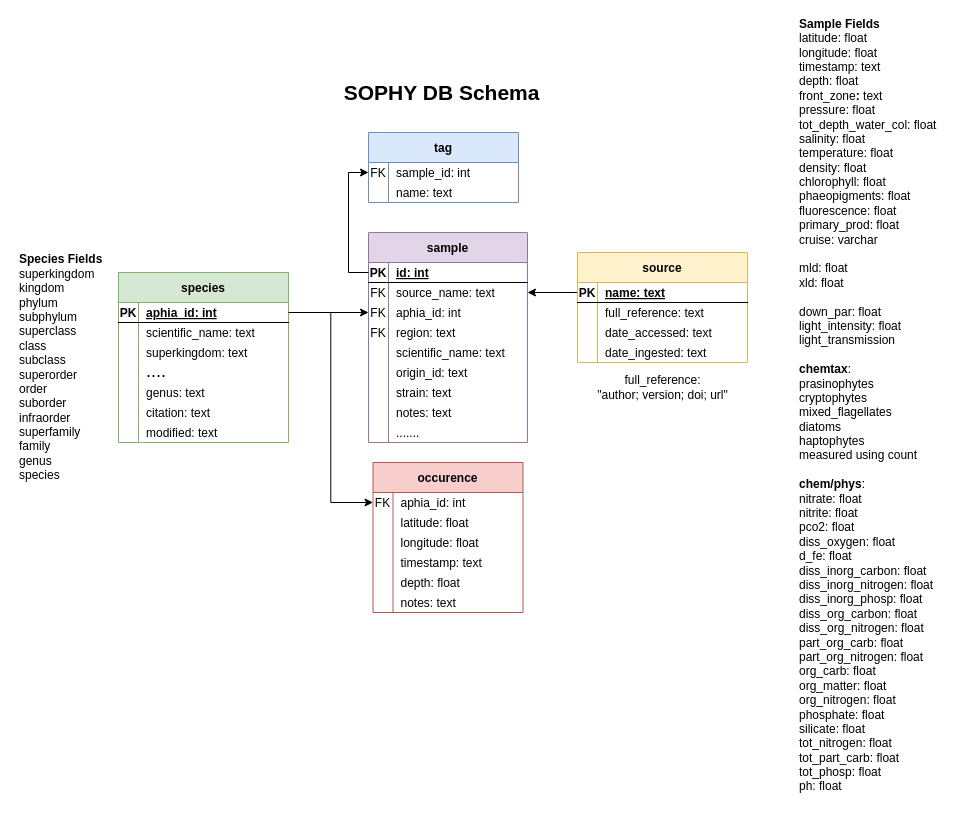
Earlier version of the draw.io diagram page "schema_v8" (7 of 7) of schemas/sophy.drawio (ayushnag/sophy). Source tidied: cells renumbered, new cells numbered last; positions are measured from the earlier drawing's top-left corner, leaving out a move shared by most shapes. Both pictures are drawn from the tidied source at 100%, with x=0, y=0 at pixel (17, 22).
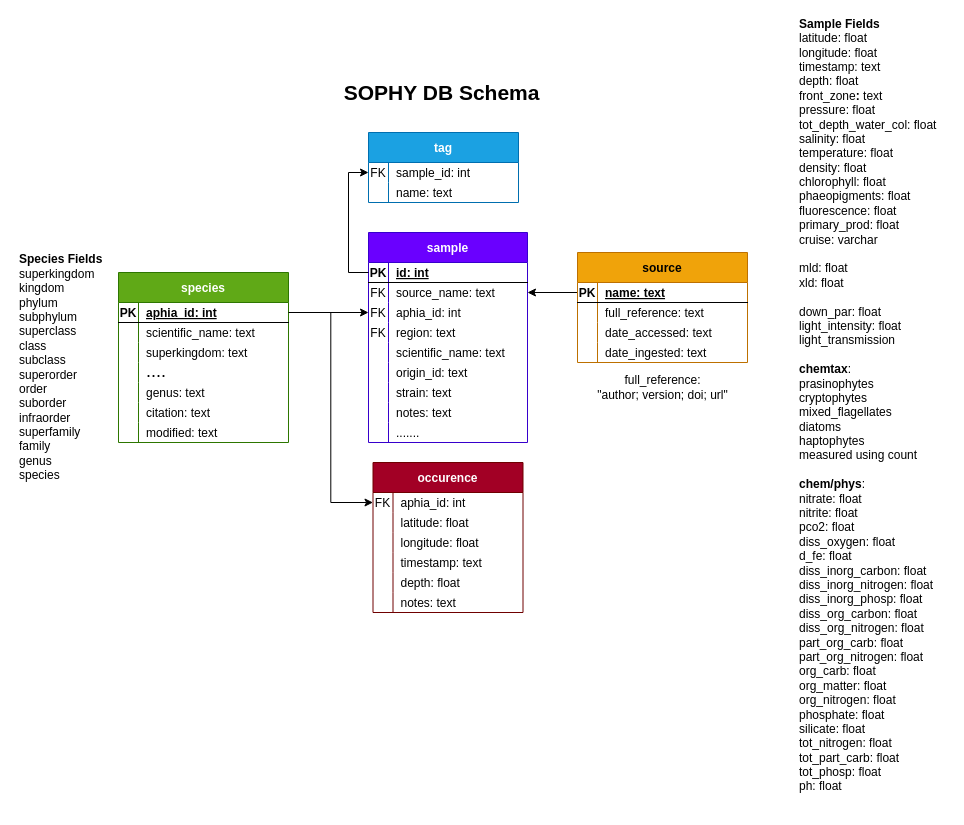
The same diagram, later.

The change refers to these unchanged cells:
```xml
<mxCell id="84" style="group;" parent="1" vertex="1">
  <mxGeometry x="560" y="230" width="170" height="150" as="geometry" />
</mxCell>
```

Diff of the diagram source:
```diff
@@
-    <mxCell id="3" value="occurence" style="shape=table;startSize=30;childLayout=tableLayout;rowLines=0;fontStyle=1;align=center;strokeColor=#b85450;fillColor=#f8cecc;" parent="1" vertex="1">
+    <mxCell id="3" value="occurence" style="shape=table;startSize=30;childLayout=tableLayout;rowLines=0;fontStyle=1;align=center;strokeColor=#6F0000;fillColor=#a20025;fontColor=#ffffff;" parent="1" vertex="1">
       <mxGeometry x="355.5" y="440" width="150" height="150" as="geometry" />
     </mxCell>
@@
-    <mxCell id="22" value="sample" style="shape=table;startSize=30;childLayout=tableLayout;rowLines=0;fontStyle=1;align=center;fillColor=#e1d5e7;strokeColor=#9673a6;" parent="1" vertex="1">
+    <mxCell id="22" value="sample" style="shape=table;startSize=30;childLayout=tableLayout;rowLines=0;fontStyle=1;align=center;fillColor=#6a00ff;strokeColor=#3700CC;fontColor=#ffffff;" parent="1" vertex="1">
       <mxGeometry x="351" y="210" width="159" height="210" as="geometry" />
     </mxCell>
@@
-    <mxCell id="50" value="tag" style="shape=table;startSize=30;childLayout=tableLayout;rowLines=0;fontStyle=1;align=center;strokeColor=#6c8ebf;fillColor=#dae8fc;" parent="1" vertex="1">
+    <mxCell id="50" value="tag" style="shape=table;startSize=30;childLayout=tableLayout;rowLines=0;fontStyle=1;align=center;strokeColor=#006EAF;fillColor=#1ba1e2;fontColor=#ffffff;" parent="1" vertex="1">
       <mxGeometry x="351" y="110" width="150" height="70" as="geometry" />
     </mxCell>
@@
-    <mxCell id="61" value="species" style="shape=table;startSize=30;childLayout=tableLayout;rowLines=0;fontStyle=1;align=center;fillColor=#d5e8d4;strokeColor=#82b366;" parent="1" vertex="1">
+    <mxCell id="61" value="species" style="shape=table;startSize=30;childLayout=tableLayout;rowLines=0;fontStyle=1;align=center;fillColor=#60a917;strokeColor=#2D7600;fontColor=#ffffff;" parent="1" vertex="1">
       <mxGeometry x="101" y="250" width="170" height="170" as="geometry" />
     </mxCell>
@@
-    <mxCell id="85" value="source" style="shape=table;startSize=30;childLayout=tableLayout;rowLines=0;fontStyle=1;align=center;fillColor=#fff2cc;strokeColor=#d6b656;" parent="84" vertex="1">
+    <mxCell id="85" value="source" style="shape=table;startSize=30;childLayout=tableLayout;rowLines=0;fontStyle=1;align=center;fillColor=#f0a30a;strokeColor=#BD7000;fontColor=#000000;" parent="84" vertex="1">
       <mxGeometry width="170" height="110" as="geometry" />
     </mxCell>
```
